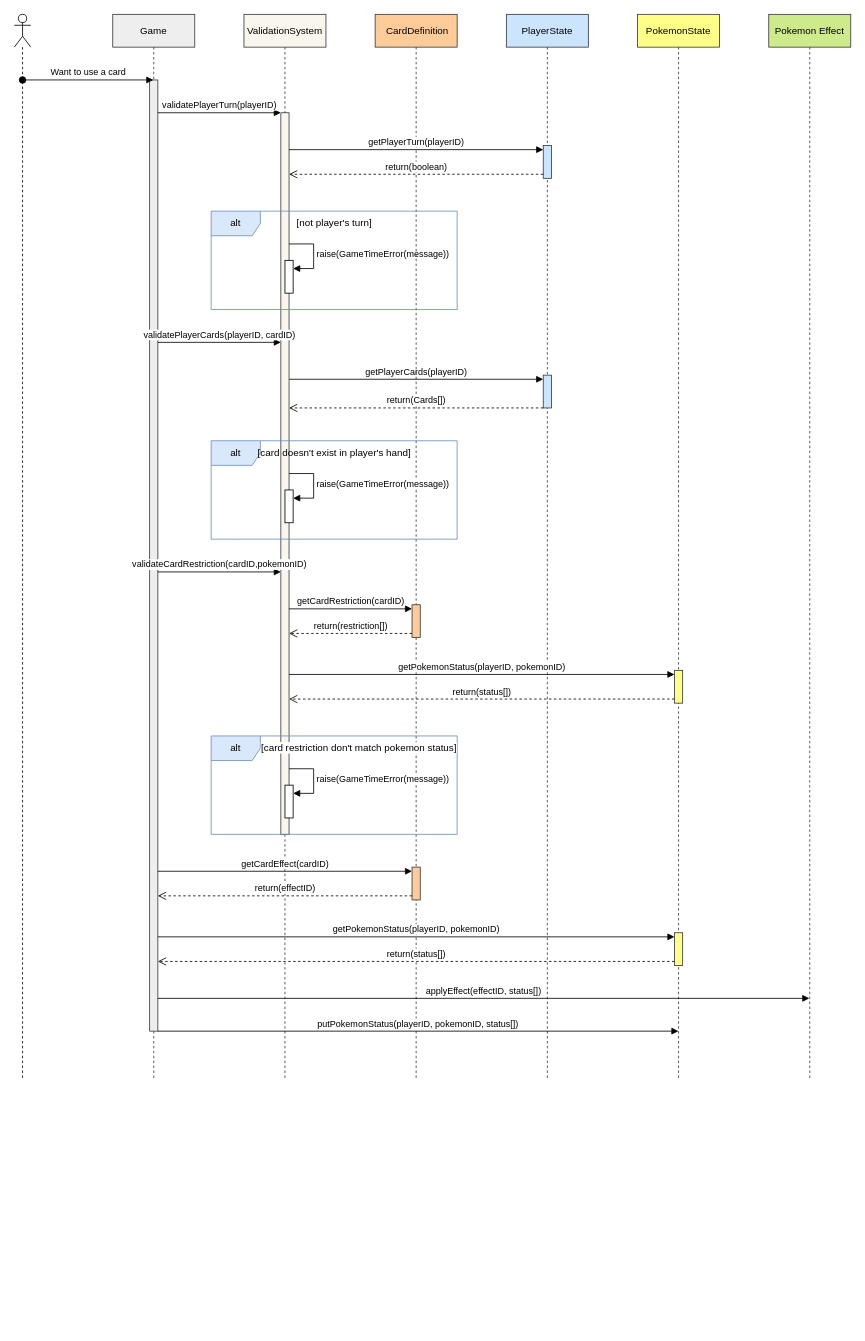
This is planning/game mechanics/UsingCard.drawio from Crythemoon/PokemonBoardGame, a draw.io file, before an edit. Source tidied: cells renumbered, new cells numbered last; positions are measured from the earlier drawing's top-left corner, leaving out a move shared by most shapes. Both pictures are drawn from the tidied source at 82%, with x=0, y=0 at pixel (14, 14).
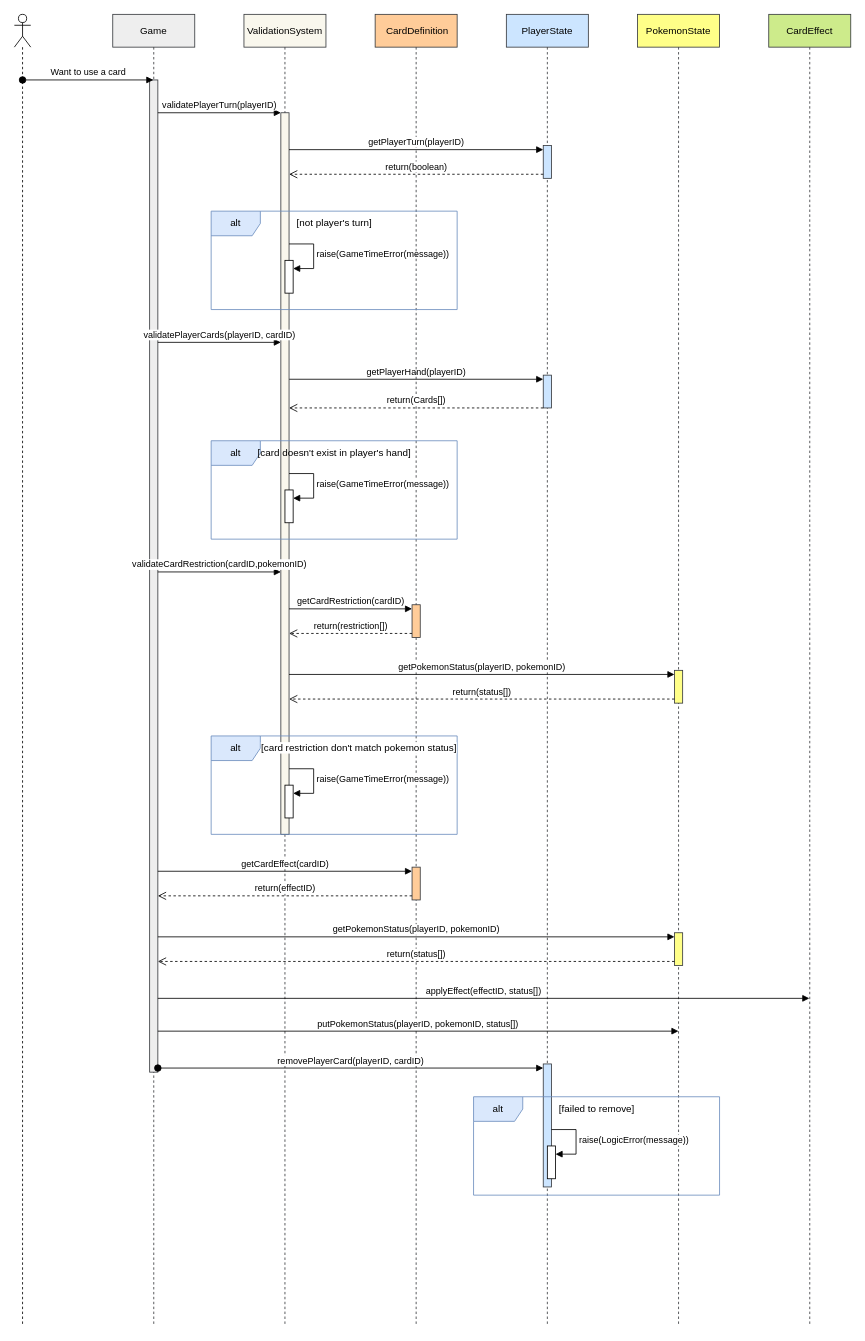
The same diagram, later.

The change refers to these unchanged cells:
```xml
<mxCell id="16" style="html=1;points=[[0,0,0,0,5],[0,1,0,0,-5],[1,0,0,0,5],[1,1,0,0,-5]];perimeter=orthogonalPerimeter;outlineConnect=0;targetShapes=umlLifeline;portConstraint=eastwest;newEdgeStyle={&quot;curved&quot;:0,&quot;rounded&quot;:0};fillColor=#cce5ff;strokeColor=#36393d;" parent="14" vertex="1">
  <mxGeometry x="45" y="440" width="10" height="40" as="geometry" />
</mxCell>
```

What changed in the source:
```diff
@@
     <mxCell id="2" style="shape=umlLifeline;perimeter=lifelinePerimeter;whiteSpace=wrap;html=1;newEdgeStyle={&quot;curved&quot;:0,&quot;rounded&quot;:0};participant=umlActor;" parent="1" vertex="1">
-      <mxGeometry width="20" height="1300" as="geometry" />
+      <mxGeometry width="20" height="1600" as="geometry" />
     </mxCell>
     <mxCell id="3" value="Game" style="shape=umlLifeline;perimeter=lifelinePerimeter;whiteSpace=wrap;html=1;outlineConnect=0;portConstraint=eastwest;newEdgeStyle={&quot;curved&quot;:0,&quot;rounded&quot;:0};fillColor=#eeeeee;strokeColor=#36393d;" parent="1" vertex="1">
-      <mxGeometry x="120" width="100" height="1300" as="geometry" />
+      <mxGeometry x="120" width="100" height="1600" as="geometry" />
     </mxCell>
     <mxCell id="4" style="html=1;points=[[0,0,0,0,5],[0,1,0,0,-5],[1,0,0,0,5],[1,1,0,0,-5]];perimeter=orthogonalPerimeter;outlineConnect=0;targetShapes=umlLifeline;portConstraint=eastwest;newEdgeStyle={&quot;curved&quot;:0,&quot;rounded&quot;:0};fillColor=#eeeeee;strokeColor=#36393d;" parent="3" vertex="1">
-      <mxGeometry x="45" y="80" width="10" height="1160" as="geometry" />
+      <mxGeometry x="45" y="80" width="10" height="1210" as="geometry" />
     </mxCell>
-    <mxCell id="5" value="getPlayerCards(playerID)" style="html=1;verticalAlign=bottom;endArrow=block;curved=0;rounded=0;entryX=0;entryY=0;entryDx=0;entryDy=5;" parent="3" edge="1" target="16">
+    <mxCell id="5" value="getPlayerHand(playerID)" style="html=1;verticalAlign=bottom;endArrow=block;curved=0;rounded=0;entryX=0;entryY=0;entryDx=0;entryDy=5;" parent="3" edge="1" target="16">
       <mxGeometry relative="1" as="geometry">
         <mxPoint x="215" y="445" as="sourcePoint" />
       </mxGeometry>
     </mxCell>
     <mxCell id="6" value="ValidationSystem" style="shape=umlLifeline;perimeter=lifelinePerimeter;whiteSpace=wrap;html=1;newEdgeStyle={&quot;curved&quot;:0,&quot;rounded&quot;:0};fillColor=#f9f7ed;strokeColor=#36393d;" parent="1" vertex="1">
-      <mxGeometry x="280" width="100" height="1300" as="geometry" />
+      <mxGeometry x="280" width="100" height="1600" as="geometry" />
     </mxCell>
@@
     <mxCell id="11" value="&amp;nbsp;CardDefinition" style="shape=umlLifeline;perimeter=lifelinePerimeter;whiteSpace=wrap;html=1;newEdgeStyle={&quot;curved&quot;:0,&quot;rounded&quot;:0};fillColor=#ffcc99;strokeColor=#36393d;" parent="1" vertex="1">
-      <mxGeometry x="440" width="100" height="1300" as="geometry" />
+      <mxGeometry x="440" width="100" height="1600" as="geometry" />
     </mxCell>
@@
     <mxCell id="14" value="PlayerState" style="shape=umlLifeline;perimeter=lifelinePerimeter;whiteSpace=wrap;html=1;newEdgeStyle={&quot;curved&quot;:0,&quot;rounded&quot;:0};fillColor=#cce5ff;strokeColor=#36393d;" parent="1" vertex="1">
-      <mxGeometry x="600" width="100" height="1300" as="geometry" />
+      <mxGeometry x="600" width="100" height="1600" as="geometry" />
     </mxCell>
@@
+    <mxCell id="47" style="html=1;points=[[0,0,0,0,5],[0,1,0,0,-5],[1,0,0,0,5],[1,1,0,0,-5]];perimeter=orthogonalPerimeter;outlineConnect=0;targetShapes=umlLifeline;portConstraint=eastwest;newEdgeStyle={&quot;curved&quot;:0,&quot;rounded&quot;:0};fillColor=#cce5ff;strokeColor=#36393d;" parent="14" vertex="1">
+      <mxGeometry x="45" y="1280" width="10" height="150" as="geometry" />
+    </mxCell>
@@
     <mxCell id="31" value="PokemonState" style="shape=umlLifeline;perimeter=lifelinePerimeter;whiteSpace=wrap;html=1;newEdgeStyle={&quot;curved&quot;:0,&quot;rounded&quot;:0};fillColor=#ffff88;strokeColor=#36393d;" parent="1" vertex="1">
-      <mxGeometry x="760" width="100" height="1300" as="geometry" />
+      <mxGeometry x="760" width="100" height="1600" as="geometry" />
     </mxCell>
@@
-    <mxCell id="42" value="Pokemon Effect" style="shape=umlLifeline;perimeter=lifelinePerimeter;whiteSpace=wrap;html=1;newEdgeStyle={&quot;curved&quot;:0,&quot;rounded&quot;:0};fillColor=#cdeb8b;strokeColor=#36393d;" parent="1" vertex="1">
-      <mxGeometry x="920" width="100" height="1300" as="geometry" />
+    <mxCell id="42" value="CardEffect" style="shape=umlLifeline;perimeter=lifelinePerimeter;whiteSpace=wrap;html=1;newEdgeStyle={&quot;curved&quot;:0,&quot;rounded&quot;:0};fillColor=#cdeb8b;strokeColor=#36393d;" parent="1" vertex="1">
+      <mxGeometry x="920" width="100" height="1600" as="geometry" />
     </mxCell>
@@
+    <mxCell id="48" value="removePlayerCard(playerID, cardID)" style="html=1;verticalAlign=bottom;startArrow=oval;endArrow=block;startSize=8;curved=0;rounded=0;entryX=0;entryY=0;entryDx=0;entryDy=5;" parent="1" edge="1" source="4" target="47">
+      <mxGeometry relative="1" as="geometry" />
+    </mxCell>
+    <mxCell id="49" value="alt" style="shape=umlFrame;whiteSpace=wrap;html=1;fillColor=#dae8fc;strokeColor=#6c8ebf;" parent="1" vertex="1">
+      <mxGeometry x="560" y="1320" width="300" height="120" as="geometry" />
+    </mxCell>
+    <mxCell id="50" value="[failed to remove]" style="text;html=1;align=center;verticalAlign=middle;strokeColor=none;fillColor=none;" parent="1" vertex="1">
+      <mxGeometry x="650" y="1320" width="120" height="30" as="geometry" />
+    </mxCell>
+    <mxCell id="51" style="html=1;points=[[0,0,0,0,5],[0,1,0,0,-5],[1,0,0,0,5],[1,1,0,0,-5]];perimeter=orthogonalPerimeter;outlineConnect=0;targetShapes=umlLifeline;portConstraint=eastwest;newEdgeStyle={&quot;curved&quot;:0,&quot;rounded&quot;:0};" parent="1" vertex="1">
+      <mxGeometry x="650" y="1380" width="10" height="40" as="geometry" />
+    </mxCell>
+    <mxCell id="52" value="raise(LogicError(message))" style="html=1;align=left;spacingLeft=2;endArrow=block;rounded=0;edgeStyle=orthogonalEdgeStyle;curved=0;rounded=0;" parent="1" edge="1" target="51">
+      <mxGeometry relative="1" as="geometry">
+        <mxPoint x="655" y="1360" as="sourcePoint" />
+        <Array as="points">
+          <mxPoint x="685" y="1390" />
+        </Array>
+      </mxGeometry>
+    </mxCell>
```
